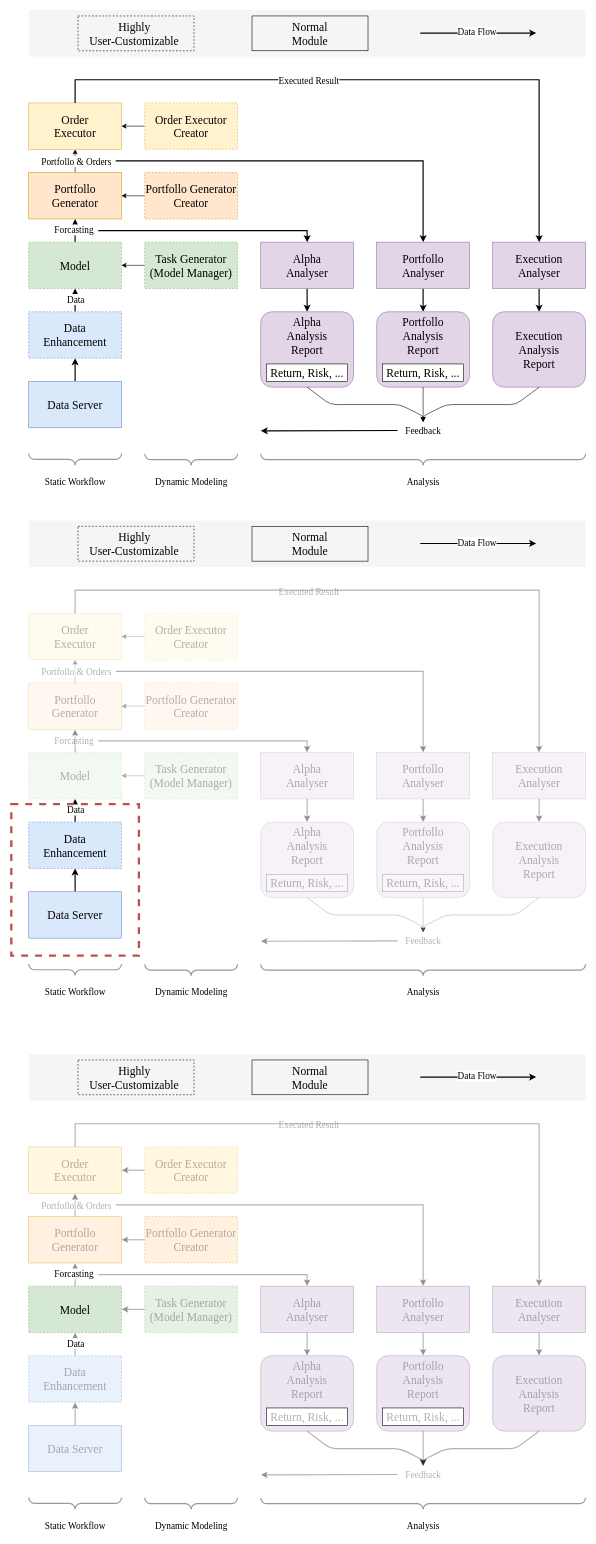
The draw.io diagram draw/Qlib流程.drawio in zhiyuan5986/draw_io, before the edit. Source tidied: cells renumbered, new cells numbered last; positions are measured from the earlier drawing's top-left corner, leaving out a move shared by most shapes. Both pictures are drawn from the tidied source at 58%, with x=0, y=0 at pixel (11, 10).
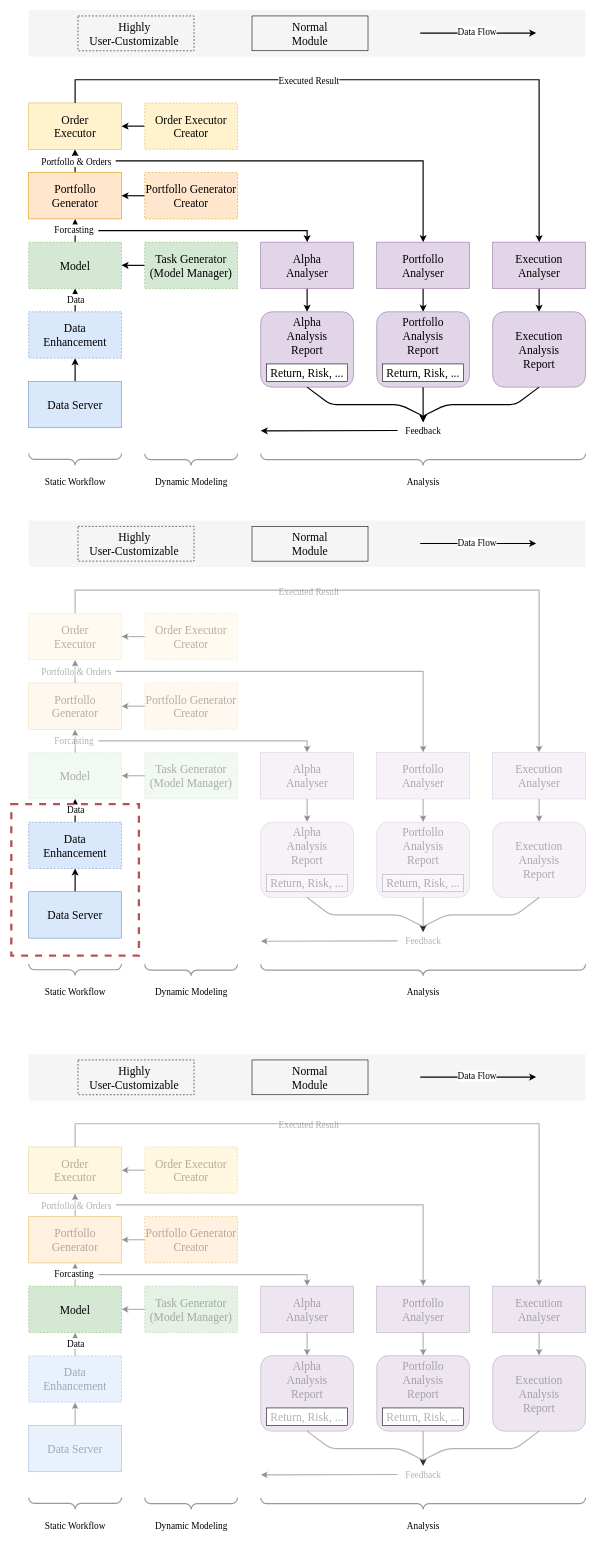
The same diagram, later.

The change refers to these unchanged cells:
```xml
<mxCell id="8" value="&lt;font face=&quot;Times New Roman&quot; style=&quot;font-size: 20px;&quot;&gt;Task Generator&lt;/font&gt;&lt;div&gt;&lt;font face=&quot;Times New Roman&quot; style=&quot;font-size: 20px;&quot;&gt;(Model Manager)&lt;/font&gt;&lt;/div&gt;" style="rounded=0;whiteSpace=wrap;html=1;fillColor=#d5e8d4;strokeColor=#82b366;dashed=1;" parent="1" vertex="1">
  <mxGeometry x="230" y="400" width="160" height="80" as="geometry" />
</mxCell>
<mxCell id="11" value="&lt;font style=&quot;font-size: 20px;&quot; face=&quot;Times New Roman&quot;&gt;Model&lt;/font&gt;" style="rounded=0;whiteSpace=wrap;html=1;fillColor=#d5e8d4;strokeColor=#82b366;dashed=1;" parent="1" vertex="1">
  <mxGeometry x="30" y="400" width="160" height="80" as="geometry" />
</mxCell>
<mxCell id="14" value="&lt;font style=&quot;font-size: 20px;&quot; face=&quot;Times New Roman&quot;&gt;Portfollo&lt;/font&gt;&lt;div&gt;&lt;font style=&quot;font-size: 20px;&quot; face=&quot;Times New Roman&quot;&gt;Generator&lt;/font&gt;&lt;/div&gt;" style="rounded=0;whiteSpace=wrap;html=1;fillColor=#ffe6cc;strokeColor=#d79b00;" parent="1" vertex="1">
  <mxGeometry x="30" y="280" width="160" height="80" as="geometry" />
</mxCell>
<mxCell id="19" value="&lt;font style=&quot;font-size: 20px;&quot; face=&quot;Times New Roman&quot;&gt;Portfollo&amp;nbsp;&lt;/font&gt;&lt;span style=&quot;font-size: 20px; font-family: &amp;quot;Times New Roman&amp;quot;; background-color: initial;&quot;&gt;Generator&lt;/span&gt;&lt;div&gt;&lt;font style=&quot;font-size: 20px;&quot; face=&quot;Times New Roman&quot;&gt;Creator&lt;/font&gt;&lt;/div&gt;" style="rounded=0;whiteSpace=wrap;html=1;fillColor=#ffe6cc;strokeColor=#d79b00;dashed=1;" parent="1" vertex="1">
  <mxGeometry x="230" y="280" width="160" height="80" as="geometry" />
</mxCell>
<mxCell id="20" value="&lt;font face=&quot;Times New Roman&quot;&gt;&lt;span style=&quot;font-size: 20px;&quot;&gt;Order&lt;/span&gt;&lt;/font&gt;&lt;div&gt;&lt;font face=&quot;Times New Roman&quot;&gt;&lt;span style=&quot;font-size: 20px;&quot;&gt;Executor&lt;/span&gt;&lt;/font&gt;&lt;/div&gt;" style="rounded=0;whiteSpace=wrap;html=1;fillColor=#fff2cc;strokeColor=#d6b656;" parent="1" vertex="1">
  <mxGeometry x="30" y="160" width="160" height="80" as="geometry" />
</mxCell>
<mxCell id="22" value="&lt;font face=&quot;Times New Roman&quot;&gt;&lt;span style=&quot;font-size: 20px;&quot;&gt;Order Executor&lt;/span&gt;&lt;/font&gt;&lt;div&gt;&lt;font style=&quot;font-size: 20px;&quot; face=&quot;Times New Roman&quot;&gt;Creator&lt;/font&gt;&lt;/div&gt;" style="rounded=0;whiteSpace=wrap;html=1;fillColor=#fff2cc;strokeColor=#d6b656;dashed=1;" parent="1" vertex="1">
  <mxGeometry x="230" y="160" width="160" height="80" as="geometry" />
</mxCell>
<mxCell id="30" value="&lt;font style=&quot;font-size: 20px;&quot;&gt;Alpha&lt;/font&gt;&lt;div style=&quot;font-size: 20px;&quot;&gt;&lt;font style=&quot;font-size: 20px;&quot;&gt;Analysis&lt;/font&gt;&lt;/div&gt;&lt;div style=&quot;font-size: 20px;&quot;&gt;&lt;font style=&quot;font-size: 20px;&quot;&gt;Report&lt;/font&gt;&lt;/div&gt;&lt;div style=&quot;font-size: 20px;&quot;&gt;&lt;font style=&quot;font-size: 20px;&quot;&gt;&lt;br&gt;&lt;/font&gt;&lt;/div&gt;&lt;div style=&quot;font-size: 20px;&quot;&gt;&lt;font style=&quot;font-size: 20px;&quot;&gt;&lt;br&gt;&lt;/font&gt;&lt;/div&gt;" style="rounded=1;whiteSpace=wrap;html=1;fontFamily=Times New Roman;fillColor=#e1d5e7;strokeColor=#9673a6;" parent="1" vertex="1">
  <mxGeometry x="430" y="520" width="160" height="130" as="geometry" />
</mxCell>
<mxCell id="32" value="&lt;font style=&quot;font-size: 20px;&quot;&gt;Portfollo&lt;/font&gt;&lt;div style=&quot;font-size: 20px;&quot;&gt;&lt;font style=&quot;font-size: 20px;&quot;&gt;Analysis&lt;/font&gt;&lt;/div&gt;&lt;div style=&quot;font-size: 20px;&quot;&gt;&lt;font style=&quot;font-size: 20px;&quot;&gt;Report&lt;/font&gt;&lt;/div&gt;&lt;div style=&quot;font-size: 20px;&quot;&gt;&lt;font style=&quot;font-size: 20px;&quot;&gt;&lt;br&gt;&lt;/font&gt;&lt;/div&gt;&lt;div style=&quot;font-size: 20px;&quot;&gt;&lt;font style=&quot;font-size: 20px;&quot;&gt;&lt;br&gt;&lt;/font&gt;&lt;/div&gt;" style="rounded=1;whiteSpace=wrap;html=1;fontFamily=Times New Roman;fillColor=#e1d5e7;strokeColor=#9673a6;" parent="1" vertex="1">
  <mxGeometry x="630" y="520" width="160" height="130" as="geometry" />
</mxCell>
<mxCell id="34" value="&lt;font style=&quot;font-size: 20px;&quot;&gt;Execution&lt;/font&gt;&lt;div style=&quot;font-size: 20px;&quot;&gt;&lt;font style=&quot;font-size: 20px;&quot;&gt;Analysis&lt;/font&gt;&lt;/div&gt;&lt;div style=&quot;font-size: 20px;&quot;&gt;&lt;font style=&quot;font-size: 20px;&quot;&gt;Report&lt;/font&gt;&lt;/div&gt;" style="rounded=1;whiteSpace=wrap;html=1;fontFamily=Times New Roman;fillColor=#e1d5e7;strokeColor=#9673a6;" parent="1" vertex="1">
  <mxGeometry x="830" y="520" width="160" height="130" as="geometry" />
</mxCell>
<mxCell id="57" value="&lt;font face=&quot;Times New Roman&quot; style=&quot;font-size: 20px;&quot;&gt;Task Generator&lt;/font&gt;&lt;div&gt;&lt;font face=&quot;Times New Roman&quot; style=&quot;font-size: 20px;&quot;&gt;(Model Manager)&lt;/font&gt;&lt;/div&gt;" style="rounded=0;whiteSpace=wrap;html=1;fillColor=#d5e8d4;strokeColor=#82b366;dashed=1;opacity=30;textOpacity=30;" parent="1" vertex="1">
  <mxGeometry x="230" y="1280" width="160" height="80" as="geometry" />
</mxCell>
<mxCell id="60" value="&lt;font style=&quot;font-size: 20px;&quot; face=&quot;Times New Roman&quot;&gt;Model&lt;/font&gt;" style="rounded=0;whiteSpace=wrap;html=1;fillColor=#d5e8d4;strokeColor=#82b366;dashed=1;opacity=30;textOpacity=30;" parent="1" vertex="1">
  <mxGeometry x="30" y="1280" width="160" height="80" as="geometry" />
</mxCell>
<mxCell id="63" value="&lt;font style=&quot;font-size: 20px;&quot; face=&quot;Times New Roman&quot;&gt;Portfollo&lt;/font&gt;&lt;div&gt;&lt;font style=&quot;font-size: 20px;&quot; face=&quot;Times New Roman&quot;&gt;Generator&lt;/font&gt;&lt;/div&gt;" style="rounded=0;whiteSpace=wrap;html=1;fillColor=#ffe6cc;strokeColor=#d79b00;opacity=30;textOpacity=30;" parent="1" vertex="1">
  <mxGeometry x="30" y="1160" width="160" height="80" as="geometry" />
</mxCell>
<mxCell id="68" value="&lt;font style=&quot;font-size: 20px;&quot; face=&quot;Times New Roman&quot;&gt;Portfollo&amp;nbsp;&lt;/font&gt;&lt;span style=&quot;font-size: 20px; font-family: &amp;quot;Times New Roman&amp;quot;; background-color: initial;&quot;&gt;Generator&lt;/span&gt;&lt;div&gt;&lt;font style=&quot;font-size: 20px;&quot; face=&quot;Times New Roman&quot;&gt;Creator&lt;/font&gt;&lt;/div&gt;" style="rounded=0;whiteSpace=wrap;html=1;fillColor=#ffe6cc;strokeColor=#d79b00;dashed=1;opacity=30;textOpacity=30;" parent="1" vertex="1">
  <mxGeometry x="230" y="1160" width="160" height="80" as="geometry" />
</mxCell>
<mxCell id="69" value="&lt;font face=&quot;Times New Roman&quot;&gt;&lt;span style=&quot;font-size: 20px;&quot;&gt;Order&lt;/span&gt;&lt;/font&gt;&lt;div&gt;&lt;font face=&quot;Times New Roman&quot;&gt;&lt;span style=&quot;font-size: 20px;&quot;&gt;Executor&lt;/span&gt;&lt;/font&gt;&lt;/div&gt;" style="rounded=0;whiteSpace=wrap;html=1;fillColor=#fff2cc;strokeColor=#d6b656;opacity=30;textOpacity=30;" parent="1" vertex="1">
  <mxGeometry x="30" y="1040" width="160" height="80" as="geometry" />
</mxCell>
<mxCell id="71" value="&lt;font face=&quot;Times New Roman&quot;&gt;&lt;span style=&quot;font-size: 20px;&quot;&gt;Order Executor&lt;/span&gt;&lt;/font&gt;&lt;div&gt;&lt;font style=&quot;font-size: 20px;&quot; face=&quot;Times New Roman&quot;&gt;Creator&lt;/font&gt;&lt;/div&gt;" style="rounded=0;whiteSpace=wrap;html=1;fillColor=#fff2cc;strokeColor=#d6b656;dashed=1;opacity=30;textOpacity=30;" parent="1" vertex="1">
  <mxGeometry x="230" y="1040" width="160" height="80" as="geometry" />
</mxCell>
<mxCell id="79" value="&lt;font style=&quot;font-size: 20px;&quot;&gt;Alpha&lt;/font&gt;&lt;div style=&quot;font-size: 20px;&quot;&gt;&lt;font style=&quot;font-size: 20px;&quot;&gt;Analysis&lt;/font&gt;&lt;/div&gt;&lt;div style=&quot;font-size: 20px;&quot;&gt;&lt;font style=&quot;font-size: 20px;&quot;&gt;Report&lt;/font&gt;&lt;/div&gt;&lt;div style=&quot;font-size: 20px;&quot;&gt;&lt;font style=&quot;font-size: 20px;&quot;&gt;&lt;br&gt;&lt;/font&gt;&lt;/div&gt;&lt;div style=&quot;font-size: 20px;&quot;&gt;&lt;font style=&quot;font-size: 20px;&quot;&gt;&lt;br&gt;&lt;/font&gt;&lt;/div&gt;" style="rounded=1;whiteSpace=wrap;html=1;fontFamily=Times New Roman;fillColor=#e1d5e7;strokeColor=#9673a6;opacity=30;textOpacity=30;" parent="1" vertex="1">
  <mxGeometry x="430" y="1400" width="160" height="130" as="geometry" />
</mxCell>
<mxCell id="81" value="&lt;font style=&quot;font-size: 20px;&quot;&gt;Portfollo&lt;/font&gt;&lt;div style=&quot;font-size: 20px;&quot;&gt;&lt;font style=&quot;font-size: 20px;&quot;&gt;Analysis&lt;/font&gt;&lt;/div&gt;&lt;div style=&quot;font-size: 20px;&quot;&gt;&lt;font style=&quot;font-size: 20px;&quot;&gt;Report&lt;/font&gt;&lt;/div&gt;&lt;div style=&quot;font-size: 20px;&quot;&gt;&lt;font style=&quot;font-size: 20px;&quot;&gt;&lt;br&gt;&lt;/font&gt;&lt;/div&gt;&lt;div style=&quot;font-size: 20px;&quot;&gt;&lt;font style=&quot;font-size: 20px;&quot;&gt;&lt;br&gt;&lt;/font&gt;&lt;/div&gt;" style="rounded=1;whiteSpace=wrap;html=1;fontFamily=Times New Roman;fillColor=#e1d5e7;strokeColor=#9673a6;opacity=30;textOpacity=30;" parent="1" vertex="1">
  <mxGeometry x="630" y="1400" width="160" height="130" as="geometry" />
</mxCell>
<mxCell id="83" value="&lt;font style=&quot;font-size: 20px;&quot;&gt;Execution&lt;/font&gt;&lt;div style=&quot;font-size: 20px;&quot;&gt;&lt;font style=&quot;font-size: 20px;&quot;&gt;Analysis&lt;/font&gt;&lt;/div&gt;&lt;div style=&quot;font-size: 20px;&quot;&gt;&lt;font style=&quot;font-size: 20px;&quot;&gt;Report&lt;/font&gt;&lt;/div&gt;" style="rounded=1;whiteSpace=wrap;html=1;fontFamily=Times New Roman;fillColor=#e1d5e7;strokeColor=#9673a6;opacity=30;textOpacity=30;" parent="1" vertex="1">
  <mxGeometry x="830" y="1400" width="160" height="130" as="geometry" />
</mxCell>
```

Diff of the diagram source:
```diff
@@
-    <mxCell id="7" style="edgeStyle=orthogonalEdgeStyle;rounded=0;jettySize=auto;html=1;" parent="1" edge="1" source="8" target="11">
+    <mxCell id="7" style="edgeStyle=orthogonalEdgeStyle;rounded=0;jettySize=auto;html=1;strokeWidth=2;" parent="1" edge="1" source="8" target="11">
       <mxGeometry relative="1" as="geometry" />
     </mxCell>
@@
-    <mxCell id="12" style="edgeStyle=orthogonalEdgeStyle;rounded=0;jettySize=auto;html=1;" parent="1" edge="1" source="14" target="20">
+    <mxCell id="12" style="edgeStyle=orthogonalEdgeStyle;rounded=0;jettySize=auto;html=1;strokeWidth=2;" parent="1" edge="1" source="14" target="20">
       <mxGeometry relative="1" as="geometry" />
     </mxCell>
@@
-    <mxCell id="18" style="edgeStyle=orthogonalEdgeStyle;rounded=0;jettySize=auto;html=1;" parent="1" edge="1" source="19" target="14">
+    <mxCell id="18" style="edgeStyle=orthogonalEdgeStyle;rounded=0;jettySize=auto;html=1;strokeWidth=2;" parent="1" edge="1" source="19" target="14">
       <mxGeometry relative="1" as="geometry" />
     </mxCell>
@@
-    <mxCell id="21" style="edgeStyle=orthogonalEdgeStyle;rounded=0;jettySize=auto;html=1;" parent="1" edge="1" source="22" target="20">
+    <mxCell id="21" style="edgeStyle=orthogonalEdgeStyle;rounded=0;jettySize=auto;html=1;strokeWidth=2;" parent="1" edge="1" source="22" target="20">
       <mxGeometry relative="1" as="geometry" />
     </mxCell>
@@
-    <mxCell id="35" style="endArrow=classic;html=1;rounded=1;exitX=0.5;exitY=1;exitDx=0;exitDy=0;curved=0;" parent="1" edge="1" source="30">
+    <mxCell id="35" style="endArrow=classic;html=1;rounded=1;exitX=0.5;exitY=1;exitDx=0;exitDy=0;curved=0;strokeWidth=2;" parent="1" edge="1" source="30">
       <mxGeometry relative="1" as="geometry">
         <mxPoint x="710" y="710" as="targetPoint" />
         <Array as="points">
           <mxPoint x="550" y="680" />
           <mxPoint x="670" y="680" />
           <mxPoint x="710" y="700" />
         </Array>
       </mxGeometry>
     </mxCell>
-    <mxCell id="36" style="endArrow=classic;html=1;rounded=0;exitX=0.5;exitY=1;exitDx=0;exitDy=0;" parent="1" edge="1" source="32">
+    <mxCell id="36" style="endArrow=classic;html=1;rounded=0;exitX=0.5;exitY=1;exitDx=0;exitDy=0;strokeWidth=2;" parent="1" edge="1" source="32">
       <mxGeometry relative="1" as="geometry">
         <mxPoint x="710" y="710" as="targetPoint" />
       </mxGeometry>
     </mxCell>
-    <mxCell id="37" style="endArrow=classic;html=1;rounded=1;exitX=0.5;exitY=1;exitDx=0;exitDy=0;curved=0;" parent="1" edge="1" source="34">
+    <mxCell id="37" style="endArrow=classic;html=1;rounded=1;exitX=0.5;exitY=1;exitDx=0;exitDy=0;curved=0;strokeWidth=2;" parent="1" edge="1" source="34">
       <mxGeometry relative="1" as="geometry">
         <mxPoint x="710" y="710" as="targetPoint" />
         <Array as="points">
           <mxPoint x="870" y="680" />
           <mxPoint x="750" y="680" />
           <mxPoint x="710" y="700" />
         </Array>
       </mxGeometry>
     </mxCell>
@@
-    <mxCell id="56" style="edgeStyle=orthogonalEdgeStyle;rounded=0;jettySize=auto;html=1;opacity=30;textOpacity=30;" parent="1" edge="1" source="57" target="60">
+    <mxCell id="56" style="edgeStyle=orthogonalEdgeStyle;rounded=0;jettySize=auto;html=1;opacity=30;textOpacity=30;strokeWidth=2;" parent="1" edge="1" source="57" target="60">
       <mxGeometry relative="1" as="geometry" />
     </mxCell>
@@
-    <mxCell id="61" style="edgeStyle=orthogonalEdgeStyle;rounded=0;jettySize=auto;html=1;opacity=30;textOpacity=30;" parent="1" edge="1" source="63" target="69">
+    <mxCell id="61" style="edgeStyle=orthogonalEdgeStyle;rounded=0;jettySize=auto;html=1;opacity=30;textOpacity=30;strokeWidth=2;" parent="1" edge="1" source="63" target="69">
       <mxGeometry relative="1" as="geometry" />
     </mxCell>
@@
-    <mxCell id="67" style="edgeStyle=orthogonalEdgeStyle;rounded=0;jettySize=auto;html=1;opacity=30;textOpacity=30;" parent="1" edge="1" source="68" target="63">
+    <mxCell id="67" style="edgeStyle=orthogonalEdgeStyle;rounded=0;jettySize=auto;html=1;opacity=30;textOpacity=30;strokeWidth=2;" parent="1" edge="1" source="68" target="63">
       <mxGeometry relative="1" as="geometry" />
     </mxCell>
@@
-    <mxCell id="70" style="edgeStyle=orthogonalEdgeStyle;rounded=0;jettySize=auto;html=1;opacity=30;textOpacity=30;" parent="1" edge="1" source="71" target="69">
+    <mxCell id="70" style="edgeStyle=orthogonalEdgeStyle;rounded=0;jettySize=auto;html=1;opacity=30;textOpacity=30;strokeWidth=2;" parent="1" edge="1" source="71" target="69">
       <mxGeometry relative="1" as="geometry" />
     </mxCell>
@@
-    <mxCell id="84" style="endArrow=classic;html=1;rounded=1;exitX=0.5;exitY=1;exitDx=0;exitDy=0;curved=0;opacity=30;textOpacity=30;" parent="1" edge="1" source="79">
+    <mxCell id="84" style="endArrow=classic;html=1;rounded=1;exitX=0.5;exitY=1;exitDx=0;exitDy=0;curved=0;opacity=30;textOpacity=30;strokeWidth=2;" parent="1" edge="1" source="79">
       <mxGeometry relative="1" as="geometry">
         <mxPoint x="710" y="1590" as="targetPoint" />
         <Array as="points">
           <mxPoint x="550" y="1560" />
           <mxPoint x="670" y="1560" />
           <mxPoint x="710" y="1580" />
         </Array>
       </mxGeometry>
     </mxCell>
-    <mxCell id="85" style="endArrow=classic;html=1;rounded=0;exitX=0.5;exitY=1;exitDx=0;exitDy=0;opacity=30;textOpacity=30;" parent="1" edge="1" source="81">
+    <mxCell id="85" style="endArrow=classic;html=1;rounded=0;exitX=0.5;exitY=1;exitDx=0;exitDy=0;opacity=30;textOpacity=30;strokeWidth=2;" parent="1" edge="1" source="81">
       <mxGeometry relative="1" as="geometry">
         <mxPoint x="710" y="1590" as="targetPoint" />
       </mxGeometry>
     </mxCell>
-    <mxCell id="86" style="endArrow=classic;html=1;rounded=1;exitX=0.5;exitY=1;exitDx=0;exitDy=0;curved=0;opacity=30;textOpacity=30;" parent="1" edge="1" source="83">
+    <mxCell id="86" style="endArrow=classic;html=1;rounded=1;exitX=0.5;exitY=1;exitDx=0;exitDy=0;curved=0;opacity=30;textOpacity=30;strokeWidth=2;" parent="1" edge="1" source="83">
       <mxGeometry relative="1" as="geometry">
         <mxPoint x="710" y="1590" as="targetPoint" />
         <Array as="points">
           <mxPoint x="870" y="1560" />
           <mxPoint x="750" y="1560" />
           <mxPoint x="710" y="1580" />
         </Array>
       </mxGeometry>
     </mxCell>
```
